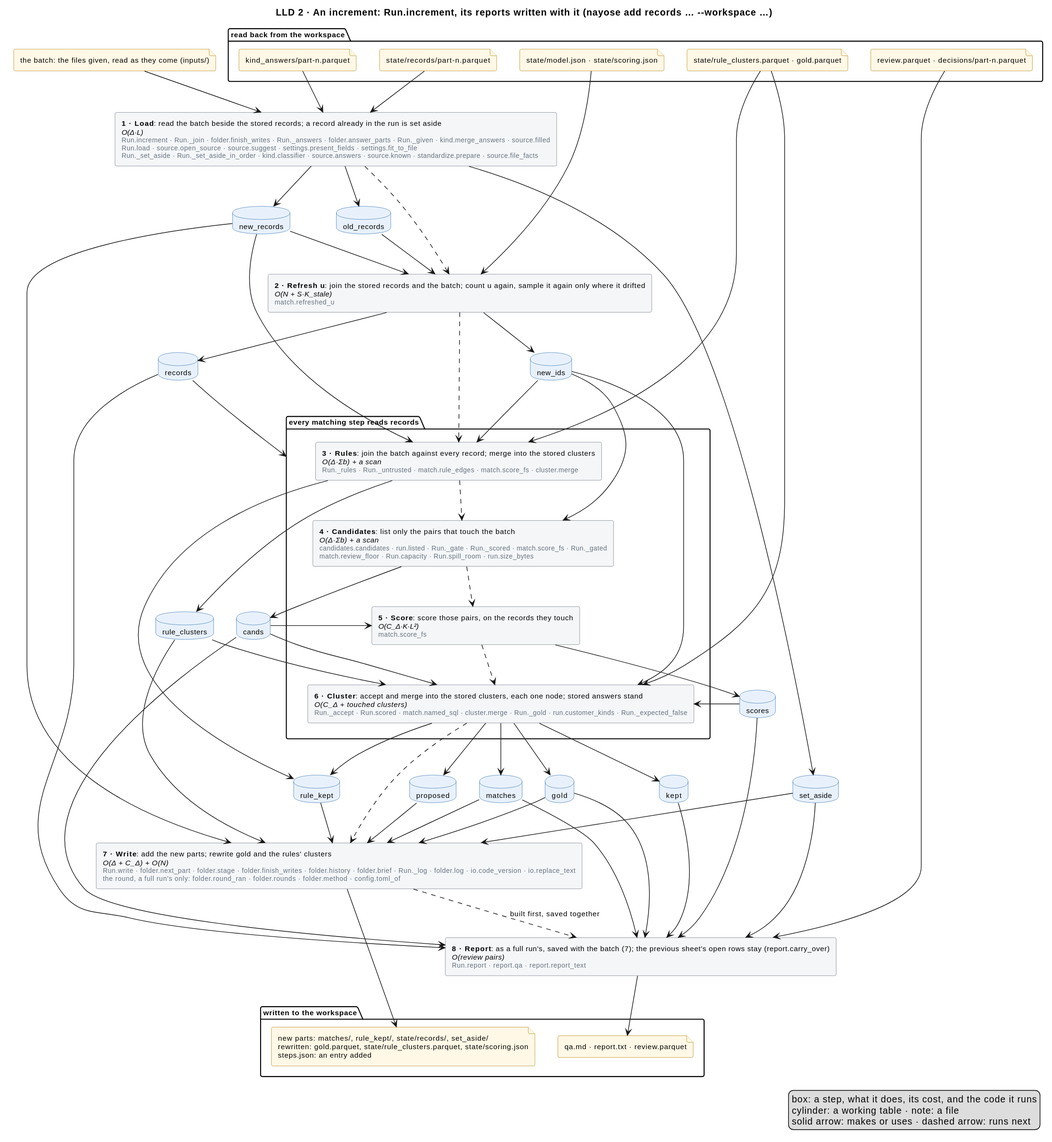
mvsbm/entity_matching keeps this PlantUML diagram as docs/diagrams/increment.svg. Above is the earlier version.
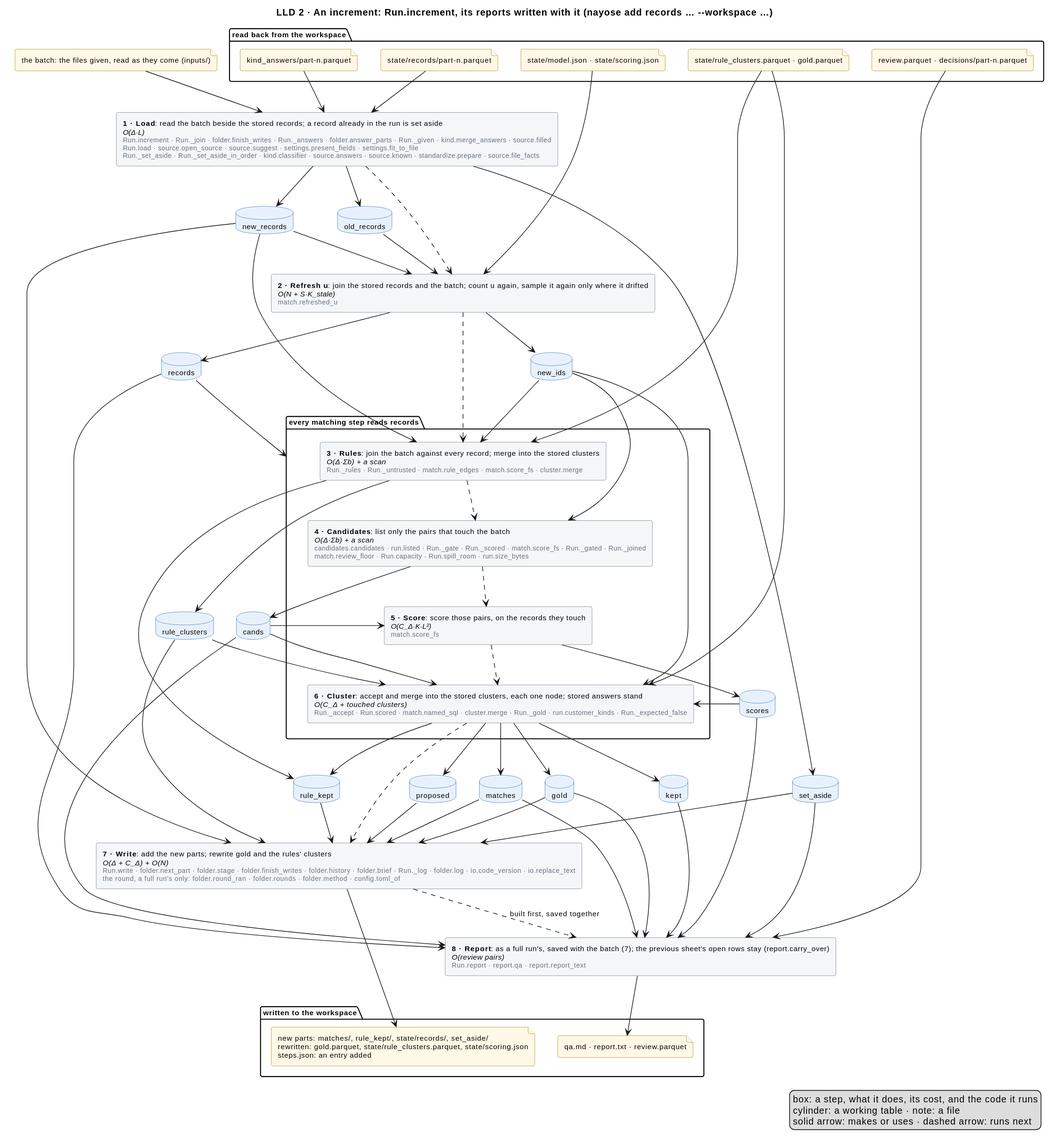
Above is the later version.

The edit, as a diff of the source:
```diff
@@ -28,7 +28,7 @@
 rectangle "<b>2 · Refresh u</b>: join the stored records and the batch; count u again, sample it again only where it drifted\n<i>O(N + S·K_stale)</i>\n<size:10><color:#65717E>match.refreshed_u</color></size>" as fit
 package "every matching step reads records" as matching {
   rectangle "<b>3 · Rules</b>: join the batch against every record; merge into the stored clusters\n<i>O(Δ·Σb) + a scan</i>\n<size:10><color:#65717E>Run._rules · Run._untrusted · match.rule_edges · match.score_fs · cluster.merge</color></size>" as rules
-  rectangle "<b>4 · Candidates</b>: list only the pairs that touch the batch\n<i>O(Δ·Σb) + a scan</i>\n<size:10><color:#65717E>candidates.candidates · run.listed · Run._gate · Run._scored · match.score_fs · Run._gated</color></size>\n<size:10><color:#65717E>match.review_floor · Run.capacity · Run.spill_room · run.size_bytes</color></size>" as candidates
+  rectangle "<b>4 · Candidates</b>: list only the pairs that touch the batch\n<i>O(Δ·Σb) + a scan</i>\n<size:10><color:#65717E>candidates.candidates · run.listed · Run._gate · Run._scored · match.score_fs · Run._gated · Run._joined</color></size>\n<size:10><color:#65717E>match.review_floor · Run.capacity · Run.spill_room · run.size_bytes</color></size>" as candidates
   rectangle "<b>5 · Score</b>: score those pairs, on the records they touch\n<i>O(C_Δ·K·L²)</i>\n<size:10><color:#65717E>match.score_fs</color></size>" as score
   rectangle "<b>6 · Cluster</b>: accept and merge into the stored clusters, each one node; stored answers stand\n<i>O(C_Δ + touched clusters)</i>\n<size:10><color:#65717E>Run._accept · Run.scored · match.named_sql · cluster.merge · Run._gold · run.customer_kinds · Run._expected_false</color></size>" as cluster
 }
```
